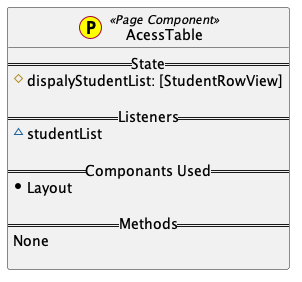
Above: entry_system_website/UML_Diagrams/Pages/RowView.png in grid-rider/Computer_Science_IA_EntrySystem_Website (PlantUML), before the change.
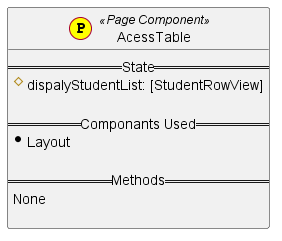
The same diagram one commit later.

The edit, as a diff of the source:
```diff
@@ -3,9 +3,6 @@
 class AcessTable << (P,yellow) Page Component>> {
     == State ==
      #dispalyStudentList: [StudentRowView]
-
-    == Listeners ==
-     ~studentList
 
     == Componants Used ==
      *Layout
```
